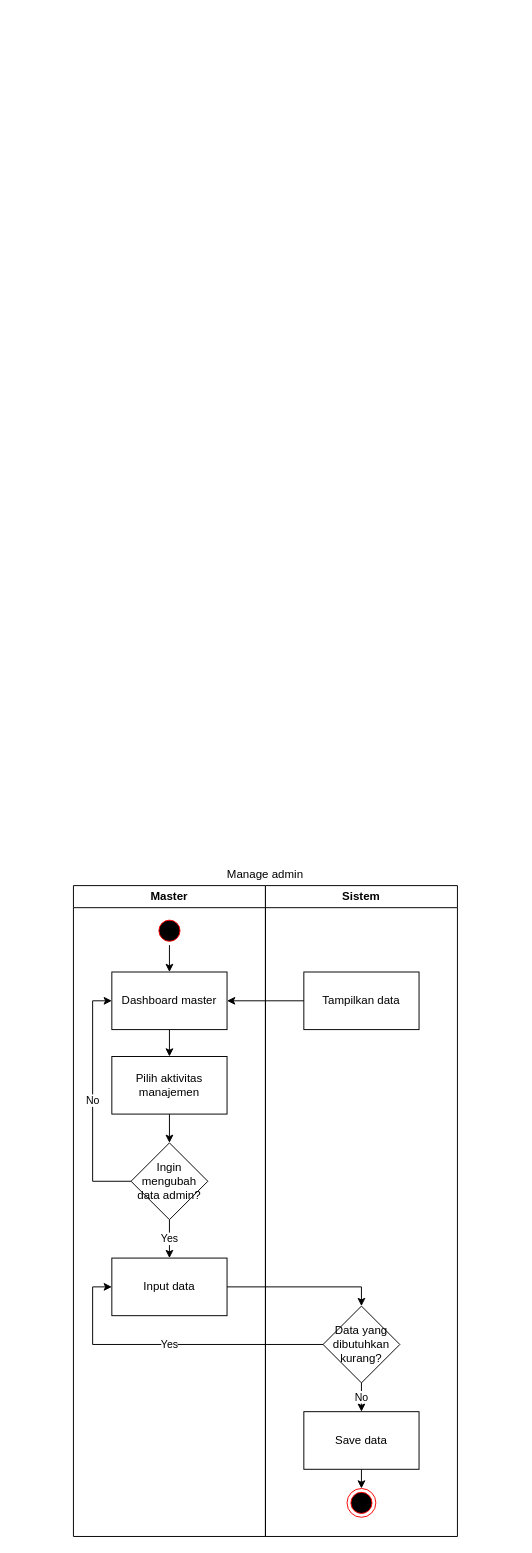
dzikfr/aplikasi-absensi-baharkam-2024 keeps this draw.io diagram as page "Master/Manager" (2 of 6) of planning/activityDiagram.drawio. Above is the earlier version. Source tidied: cells renumbered, new cells numbered last; positions are measured from the earlier drawing's top-left corner, leaving out a move shared by most shapes. Both pictures are drawn from the tidied source at 96%, with x=0, y=0 at pixel (73, 860).
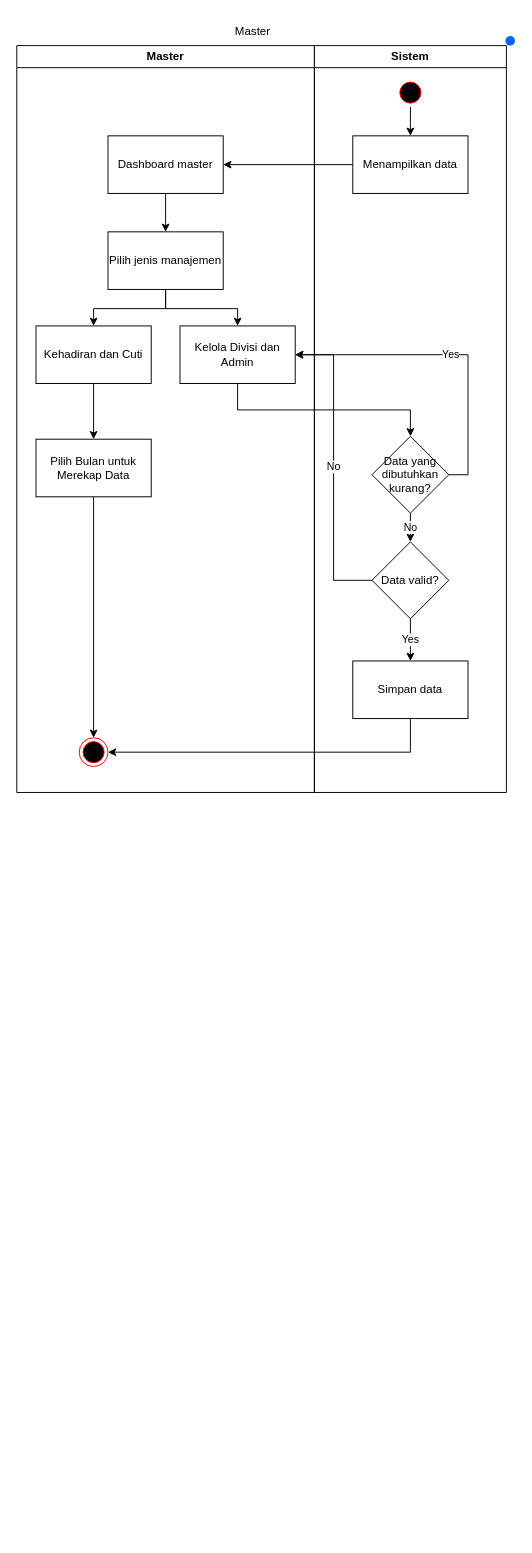
Above is the later version.

What changed in the source:
```diff
@@
-    <mxCell id="2" style="rounded=0;jettySize=auto;html=1;entryX=0.5;entryY=0;entryDx=0;entryDy=0;" parent="1" edge="1" target="5">
-      <mxGeometry relative="1" as="geometry">
-        <mxPoint x="100" y="150" as="sourcePoint" />
-      </mxGeometry>
-    </mxCell>
+    <mxCell id="25" style="shape=ellipse;fillColor=#0065FF;strokeColor=none;html=1;sketch=0;" parent="1" vertex="1">
+      <mxGeometry x="450" y="-859" width="10" height="10" as="geometry" />
+    </mxCell>
     <mxCell id="3" value="Master" style="swimlane;whiteSpace=wrap;html=1;startSize=23;" parent="1" vertex="1">
-      <mxGeometry y="26" width="200" height="678" as="geometry" />
+      <mxGeometry x="-59" y="-849" width="310" height="778" as="geometry" />
     </mxCell>
-    <mxCell id="4" style="edgeStyle=orthogonalEdgeStyle;rounded=0;jettySize=auto;html=1;exitX=0.5;exitY=1;exitDx=0;exitDy=0;entryX=0.5;entryY=0;entryDx=0;entryDy=0;" parent="3" edge="1" source="5" target="7">
-      <mxGeometry relative="1" as="geometry" />
-    </mxCell>
+    <mxCell id="26" style="rounded=0;jettySize=auto;html=1;entryX=0.5;entryY=0;entryDx=0;entryDy=0;" parent="3" edge="1" target="5">
+      <mxGeometry relative="1" as="geometry">
+        <mxPoint x="100" y="128" as="sourcePoint" />
+      </mxGeometry>
+    </mxCell>
+    <mxCell id="27" style="edgeStyle=orthogonalEdgeStyle;rounded=0;jettySize=auto;html=1;exitX=0.5;exitY=1;exitDx=0;exitDy=0;entryX=0.5;entryY=0;entryDx=0;entryDy=0;" parent="3" edge="1" source="5" target="30">
+      <mxGeometry relative="1" as="geometry" />
+    </mxCell>
     <mxCell id="5" value="Dashboard master" style="rounded=0;whiteSpace=wrap;html=1;" parent="3" vertex="1">
-      <mxGeometry x="40" y="90" width="120" height="60" as="geometry" />
+      <mxGeometry x="95" y="94" width="120" height="60" as="geometry" />
     </mxCell>
-    <mxCell id="6" style="edgeStyle=orthogonalEdgeStyle;rounded=0;jettySize=auto;html=1;exitX=0.5;exitY=1;exitDx=0;exitDy=0;entryX=0.5;entryY=0;entryDx=0;entryDy=0;" parent="3" edge="1" source="7" target="13">
-      <mxGeometry relative="1" as="geometry" />
-    </mxCell>
-    <mxCell id="7" value="Pilih aktivitas manajemen" style="rounded=0;whiteSpace=wrap;html=1;" parent="3" vertex="1">
-      <mxGeometry x="40" y="178" width="120" height="60" as="geometry" />
-    </mxCell>
-    <mxCell id="8" value="Input data" style="rounded=0;whiteSpace=wrap;html=1;" parent="3" vertex="1">
-      <mxGeometry x="40" y="388" width="120" height="60" as="geometry" />
-    </mxCell>
-    <mxCell id="9" style="edgeStyle=orthogonalEdgeStyle;rounded=0;jettySize=auto;html=1;exitX=0.5;exitY=1;exitDx=0;exitDy=0;entryX=0.5;entryY=0;entryDx=0;entryDy=0;" parent="3" edge="1" source="10" target="5">
-      <mxGeometry relative="1" as="geometry" />
-    </mxCell>
-    <mxCell id="10" style="ellipse;html=1;shape=startState;fillColor=#000000;strokeColor=#ff0000;" parent="3" vertex="1">
-      <mxGeometry x="85" y="32" width="30" height="30" as="geometry" />
-    </mxCell>
+    <mxCell id="28" style="edgeStyle=orthogonalEdgeStyle;rounded=0;jettySize=auto;html=1;exitX=0.5;exitY=1;exitDx=0;exitDy=0;entryX=0.5;entryY=0;entryDx=0;entryDy=0;" parent="3" edge="1" source="30" target="32">
+      <mxGeometry relative="1" as="geometry" />
+    </mxCell>
+    <mxCell id="29" style="edgeStyle=orthogonalEdgeStyle;rounded=0;jettySize=auto;html=1;exitX=0.5;exitY=1;exitDx=0;exitDy=0;entryX=0.5;entryY=0;entryDx=0;entryDy=0;" parent="3" edge="1" source="30" target="33">
+      <mxGeometry relative="1" as="geometry" />
+    </mxCell>
+    <mxCell id="30" value="Pilih jenis manajemen" style="rounded=0;whiteSpace=wrap;html=1;" parent="3" vertex="1">
+      <mxGeometry x="95" y="194" width="120" height="60" as="geometry" />
+    </mxCell>
+    <mxCell id="31" style="edgeStyle=orthogonalEdgeStyle;rounded=0;jettySize=auto;html=1;exitX=0.5;exitY=1;exitDx=0;exitDy=0;entryX=0.5;entryY=0;entryDx=0;entryDy=0;" parent="3" edge="1" source="32" target="35">
+      <mxGeometry relative="1" as="geometry" />
+    </mxCell>
+    <mxCell id="32" value="Kehadiran dan Cuti" style="rounded=0;whiteSpace=wrap;html=1;" parent="3" vertex="1">
+      <mxGeometry x="20" y="292" width="120" height="60" as="geometry" />
+    </mxCell>
+    <mxCell id="33" value="Kelola Divisi dan Admin" style="rounded=0;whiteSpace=wrap;html=1;" parent="3" vertex="1">
+      <mxGeometry x="170" y="292" width="120" height="60" as="geometry" />
+    </mxCell>
+    <mxCell id="34" style="edgeStyle=orthogonalEdgeStyle;rounded=0;jettySize=auto;html=1;exitX=0.5;exitY=1;exitDx=0;exitDy=0;entryX=0.5;entryY=0;entryDx=0;entryDy=0;" parent="3" edge="1" source="35" target="36">
+      <mxGeometry relative="1" as="geometry" />
+    </mxCell>
+    <mxCell id="35" value="Pilih Bulan untuk Merekap Data" style="rounded=0;whiteSpace=wrap;html=1;" parent="3" vertex="1">
+      <mxGeometry x="20" y="410" width="120" height="60" as="geometry" />
+    </mxCell>
+    <mxCell id="36" style="ellipse;html=1;shape=endState;fillColor=#000000;strokeColor=#ff0000;" parent="3" vertex="1">
+      <mxGeometry x="65" y="721" width="30" height="30" as="geometry" />
+    </mxCell>
+    <mxCell id="14" value="Sistem" style="swimlane;whiteSpace=wrap;html=1;startSize=23;" parent="1" vertex="1">
+      <mxGeometry x="251" y="-849" width="200" height="778" as="geometry" />
+    </mxCell>
+    <mxCell id="37" value="Menampilkan data" style="rounded=0;whiteSpace=wrap;html=1;" parent="14" vertex="1">
+      <mxGeometry x="40" y="94" width="120" height="60" as="geometry" />
+    </mxCell>
+    <mxCell id="38" style="edgeStyle=orthogonalEdgeStyle;rounded=0;jettySize=auto;html=1;exitX=0.5;exitY=1;exitDx=0;exitDy=0;entryX=0.5;entryY=0;entryDx=0;entryDy=0;" parent="14" edge="1" source="39" target="37">
+      <mxGeometry relative="1" as="geometry" />
+    </mxCell>
+    <mxCell id="39" style="ellipse;html=1;shape=startState;fillColor=#000000;strokeColor=#ff0000;" parent="14" vertex="1">
+      <mxGeometry x="85" y="34" width="30" height="30" as="geometry" />
+    </mxCell>
+    <mxCell id="40" value="Master" style="text;html=1;align=center;verticalAlign=middle;whiteSpace=wrap;rounded=0;" parent="1" vertex="1">
+      <mxGeometry x="123" y="-879" width="128" height="30" as="geometry" />
+    </mxCell>
+    <mxCell id="41" style="edgeStyle=orthogonalEdgeStyle;rounded=0;jettySize=auto;html=1;exitX=0;exitY=0.5;exitDx=0;exitDy=0;entryX=1;entryY=0.5;entryDx=0;entryDy=0;" parent="1" edge="1" source="37" target="5">
+      <mxGeometry relative="1" as="geometry" />
+    </mxCell>
+    <mxCell id="22" value="Yes" style="edgeStyle=orthogonalEdgeStyle;rounded=0;jettySize=auto;html=1;exitX=1;exitY=0.5;exitDx=0;exitDy=0;entryX=1;entryY=0.5;entryDx=0;entryDy=0;" parent="1" edge="1" source="16" target="33">
+      <mxGeometry relative="1" as="geometry" />
+    </mxCell>
+    <mxCell id="16" value="Data yang dibutuhkan kurang?" style="rhombus;whiteSpace=wrap;html=1;" parent="1" vertex="1">
+      <mxGeometry x="311" y="-442" width="80" height="80" as="geometry" />
+    </mxCell>
-    <mxCell id="11" value="Yes" style="edgeStyle=orthogonalEdgeStyle;rounded=0;jettySize=auto;html=1;exitX=0.5;exitY=1;exitDx=0;exitDy=0;entryX=0.5;entryY=0;entryDx=0;entryDy=0;" parent="3" edge="1" source="13" target="8">
+    <mxCell id="11" value="Yes" style="edgeStyle=orthogonalEdgeStyle;rounded=0;jettySize=auto;html=1;exitX=0.5;exitY=1;exitDx=0;exitDy=0;entryX=0.5;entryY=0;entryDx=0;entryDy=0;" parent="1" edge="1" source="42" target="44">
       <mxGeometry relative="1" as="geometry" />
     </mxCell>
-    <mxCell id="12" value="No" style="edgeStyle=orthogonalEdgeStyle;rounded=0;jettySize=auto;html=1;exitX=0;exitY=0.5;exitDx=0;exitDy=0;entryX=0;entryY=0.5;entryDx=0;entryDy=0;" parent="3" edge="1" source="13" target="5">
+    <mxCell id="12" value="No" style="edgeStyle=orthogonalEdgeStyle;rounded=0;jettySize=auto;html=1;exitX=0;exitY=0.5;exitDx=0;exitDy=0;entryX=1;entryY=0.5;entryDx=0;entryDy=0;" parent="1" edge="1" source="42" target="33">
       <mxGeometry relative="1" as="geometry" />
     </mxCell>
-    <mxCell id="13" value="Ingin mengubah data admin?" style="rhombus;whiteSpace=wrap;html=1;" parent="3" vertex="1">
-      <mxGeometry x="60" y="268" width="80" height="80" as="geometry" />
-    </mxCell>
-    <mxCell id="14" value="Sistem" style="swimlane;whiteSpace=wrap;html=1;startSize=23;" parent="1" vertex="1">
-      <mxGeometry x="200" y="26" width="200" height="678" as="geometry" />
-    </mxCell>
+    <mxCell id="42" value="Data valid?" style="rhombus;whiteSpace=wrap;html=1;" parent="1" vertex="1">
+      <mxGeometry x="311" y="-332" width="80" height="80" as="geometry" />
+    </mxCell>
-    <mxCell id="15" value="No" style="edgeStyle=orthogonalEdgeStyle;rounded=0;jettySize=auto;html=1;exitX=0.5;exitY=1;exitDx=0;exitDy=0;entryX=0.5;entryY=0;entryDx=0;entryDy=0;" parent="14" edge="1" source="16" target="18">
+    <mxCell id="15" value="No" style="edgeStyle=orthogonalEdgeStyle;rounded=0;jettySize=auto;html=1;exitX=0.5;exitY=1;exitDx=0;exitDy=0;entryX=0.5;entryY=0;entryDx=0;entryDy=0;" parent="1" edge="1" source="16" target="42">
       <mxGeometry relative="1" as="geometry" />
     </mxCell>
-    <mxCell id="16" value="Data yang dibutuhkan kurang?" style="rhombus;whiteSpace=wrap;html=1;" parent="14" vertex="1">
-      <mxGeometry x="60" y="438" width="80" height="80" as="geometry" />
-    </mxCell>
-    <mxCell id="17" style="edgeStyle=orthogonalEdgeStyle;rounded=0;jettySize=auto;html=1;exitX=0.5;exitY=1;exitDx=0;exitDy=0;entryX=0.5;entryY=0;entryDx=0;entryDy=0;" parent="14" edge="1" source="18" target="19">
-      <mxGeometry relative="1" as="geometry" />
-    </mxCell>
-    <mxCell id="18" value="Save data" style="rounded=0;whiteSpace=wrap;html=1;" parent="14" vertex="1">
-      <mxGeometry x="40" y="548" width="120" height="60" as="geometry" />
-    </mxCell>
-    <mxCell id="19" style="ellipse;html=1;shape=endState;fillColor=#000000;strokeColor=#ff0000;" parent="14" vertex="1">
-      <mxGeometry x="85" y="628" width="30" height="30" as="geometry" />
-    </mxCell>
-    <mxCell id="20" value="Tampilkan data" style="rounded=0;whiteSpace=wrap;html=1;" parent="14" vertex="1">
-      <mxGeometry x="40" y="90" width="120" height="60" as="geometry" />
-    </mxCell>
-    <mxCell id="21" value="Manage admin" style="text;html=1;align=center;verticalAlign=middle;whiteSpace=wrap;rounded=0;" parent="1" vertex="1">
-      <mxGeometry x="150" width="100" height="30" as="geometry" />
-    </mxCell>
-    <mxCell id="22" value="Yes" style="edgeStyle=orthogonalEdgeStyle;rounded=0;jettySize=auto;html=1;exitX=0;exitY=0.5;exitDx=0;exitDy=0;entryX=0;entryY=0.5;entryDx=0;entryDy=0;" parent="1" edge="1" source="16" target="8">
-      <mxGeometry relative="1" as="geometry" />
-    </mxCell>
-    <mxCell id="23" style="edgeStyle=orthogonalEdgeStyle;rounded=0;jettySize=auto;html=1;exitX=0;exitY=0.5;exitDx=0;exitDy=0;entryX=1;entryY=0.5;entryDx=0;entryDy=0;" parent="1" edge="1" source="20" target="5">
-      <mxGeometry relative="1" as="geometry" />
-    </mxCell>
-    <mxCell id="24" style="edgeStyle=orthogonalEdgeStyle;rounded=0;jettySize=auto;html=1;exitX=1;exitY=0.5;exitDx=0;exitDy=0;entryX=0.5;entryY=0;entryDx=0;entryDy=0;" parent="1" edge="1" source="8" target="16">
-      <mxGeometry relative="1" as="geometry" />
-    </mxCell>
+    <mxCell id="43" style="edgeStyle=orthogonalEdgeStyle;rounded=0;jettySize=auto;html=1;exitX=0.5;exitY=1;exitDx=0;exitDy=0;entryX=1;entryY=0.5;entryDx=0;entryDy=0;" parent="1" edge="1" source="44" target="36">
+      <mxGeometry relative="1" as="geometry" />
+    </mxCell>
+    <mxCell id="44" value="Simpan data" style="rounded=0;whiteSpace=wrap;html=1;" parent="1" vertex="1">
+      <mxGeometry x="291" y="-208" width="120" height="60" as="geometry" />
+    </mxCell>
+    <mxCell id="45" style="edgeStyle=orthogonalEdgeStyle;rounded=0;jettySize=auto;html=1;exitX=0.5;exitY=1;exitDx=0;exitDy=0;entryX=0.5;entryY=0;entryDx=0;entryDy=0;" parent="1" edge="1" source="33" target="16">
+      <mxGeometry relative="1" as="geometry" />
+    </mxCell>
```
